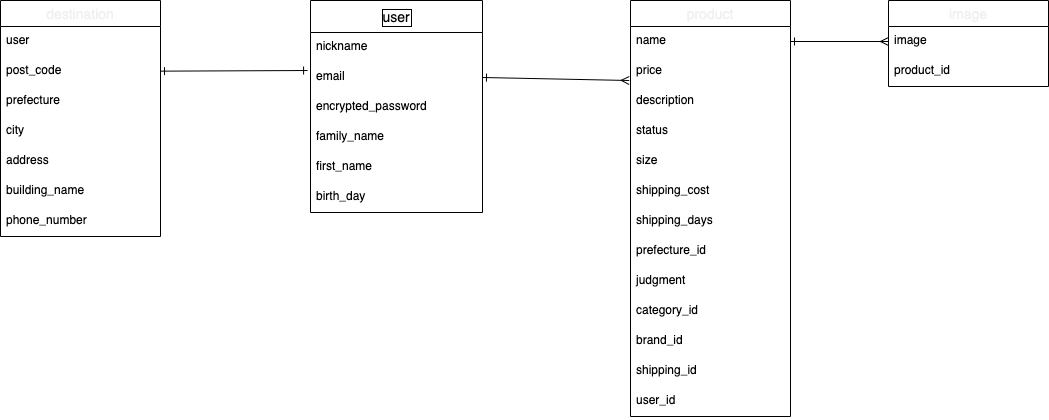
Above: furima.drawio.png in GK9130/furima-37239 (draw.io), before the change. Source tidied: cells renumbered, new cells last; positions are measured from the earlier drawing's top-left corner, leaving out a move shared by most shapes.
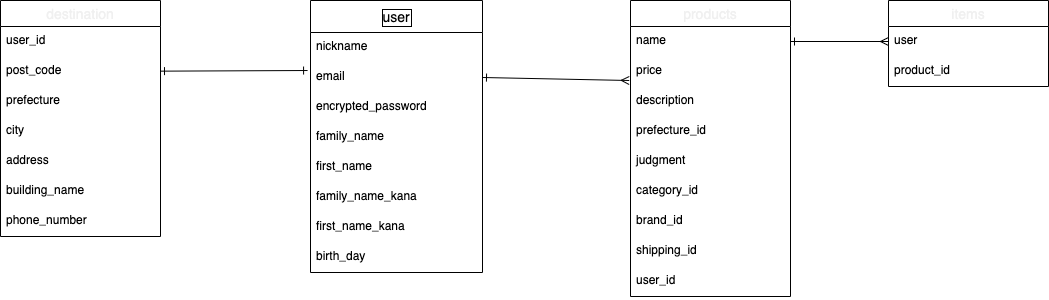
Above is the later version.

Commit message:
ER図・DB設計2

Change to the diagram source:
```diff
@@ -3,7 +3,7 @@
     <mxCell id="0" />
     <mxCell id="1" parent="0" />
     <mxCell id="2" value="user" style="swimlane;fontStyle=0;horizontal=1;startSize=32;align=center;fontSize=14;labelBorderColor=#000000;" parent="1" vertex="1">
-      <mxGeometry x="310" width="172" height="212" as="geometry" />
+      <mxGeometry x="310" width="172" height="272" as="geometry" />
     </mxCell>
     <mxCell id="3" value="nickname" style="text;strokeColor=none;fillColor=none;spacingLeft=4;spacingRight=4;overflow=hidden;fontSize=12;" parent="2" vertex="1">
       <mxGeometry y="32" width="172" height="30" as="geometry" />
@@ -20,13 +20,19 @@
     <mxCell id="7" value="first_name" style="text;strokeColor=none;fillColor=none;spacingLeft=4;spacingRight=4;overflow=hidden;fontSize=12;" parent="2" vertex="1">
       <mxGeometry y="152" width="172" height="30" as="geometry" />
     </mxCell>
+    <mxCell id="37" value="family_name_kana" style="text;strokeColor=none;fillColor=none;spacingLeft=4;spacingRight=4;overflow=hidden;fontSize=12;" parent="2" vertex="1">
+      <mxGeometry y="182" width="172" height="30" as="geometry" />
+    </mxCell>
+    <mxCell id="38" value="first_name_kana" style="text;strokeColor=none;fillColor=none;spacingLeft=4;spacingRight=4;overflow=hidden;fontSize=12;" parent="2" vertex="1">
+      <mxGeometry y="212" width="172" height="30" as="geometry" />
+    </mxCell>
     <mxCell id="8" value="birth_day" style="text;strokeColor=none;fillColor=none;spacingLeft=4;spacingRight=4;overflow=hidden;fontSize=12;" parent="2" vertex="1">
-      <mxGeometry y="182" width="172" height="30" as="geometry" />
+      <mxGeometry y="242" width="172" height="30" as="geometry" />
     </mxCell>
     <mxCell id="9" value="destination" style="swimlane;fontStyle=0;horizontal=1;startSize=26;align=center;fontSize=14;fontColor=#f0f0f0;" parent="1" vertex="1">
       <mxGeometry width="160" height="236" as="geometry" />
     </mxCell>
-    <mxCell id="10" value="user" style="text;strokeColor=none;fillColor=none;spacingLeft=4;spacingRight=4;overflow=hidden;fontSize=12;" parent="9" vertex="1">
+    <mxCell id="10" value="user_id" style="text;strokeColor=none;fillColor=none;spacingLeft=4;spacingRight=4;overflow=hidden;fontSize=12;" parent="9" vertex="1">
       <mxGeometry y="26" width="160" height="30" as="geometry" />
     </mxCell>
     <mxCell id="11" value="post_code" style="text;strokeColor=none;fillColor=none;spacingLeft=4;spacingRight=4;overflow=hidden;fontSize=12;" parent="9" vertex="1">
@@ -47,8 +53,8 @@
     <mxCell id="16" value="phone_number" style="text;strokeColor=none;fillColor=none;spacingLeft=4;spacingRight=4;overflow=hidden;fontSize=12;" parent="9" vertex="1">
       <mxGeometry y="206" width="160" height="30" as="geometry" />
     </mxCell>
-    <mxCell id="17" value="product" style="swimlane;fontStyle=0;horizontal=1;startSize=26;align=center;fontSize=14;fontColor=#f0f0f0;" parent="1" vertex="1">
-      <mxGeometry x="630" width="160" height="416" as="geometry" />
+    <mxCell id="17" value="products" style="swimlane;fontStyle=0;horizontal=1;startSize=26;align=center;fontSize=14;fontColor=#f0f0f0;" parent="1" vertex="1">
+      <mxGeometry x="630" width="160" height="296" as="geometry" />
     </mxCell>
     <mxCell id="18" value="name" style="text;strokeColor=none;fillColor=none;spacingLeft=4;spacingRight=4;overflow=hidden;points=[[0,0.5],[1,0.5]];portConstraint=eastwest;fontSize=12;" parent="17" vertex="1">
       <mxGeometry y="26" width="160" height="30" as="geometry" />
@@ -59,40 +65,28 @@
     <mxCell id="20" value="description" style="text;strokeColor=none;fillColor=none;spacingLeft=4;spacingRight=4;overflow=hidden;fontSize=12;" parent="17" vertex="1">
       <mxGeometry y="86" width="160" height="30" as="geometry" />
     </mxCell>
-    <mxCell id="21" value="status" style="text;strokeColor=none;fillColor=none;spacingLeft=4;spacingRight=4;overflow=hidden;fontSize=12;" parent="17" vertex="1">
-      <mxGeometry y="116" width="160" height="30" as="geometry" />
-    </mxCell>
-    <mxCell id="22" value="size" style="text;strokeColor=none;fillColor=none;spacingLeft=4;spacingRight=4;overflow=hidden;fontSize=12;" parent="17" vertex="1">
-      <mxGeometry y="146" width="160" height="30" as="geometry" />
-    </mxCell>
-    <mxCell id="23" value="shipping_cost" style="text;strokeColor=none;fillColor=none;spacingLeft=4;spacingRight=4;overflow=hidden;fontSize=12;" parent="17" vertex="1">
-      <mxGeometry y="176" width="160" height="30" as="geometry" />
-    </mxCell>
-    <mxCell id="24" value="shipping_days" style="text;strokeColor=none;fillColor=none;spacingLeft=4;spacingRight=4;overflow=hidden;fontSize=12;" parent="17" vertex="1">
-      <mxGeometry y="206" width="160" height="30" as="geometry" />
-    </mxCell>
     <mxCell id="25" value="prefecture_id" style="text;strokeColor=none;fillColor=none;spacingLeft=4;spacingRight=4;overflow=hidden;fontSize=12;" parent="17" vertex="1">
-      <mxGeometry y="236" width="160" height="30" as="geometry" />
+      <mxGeometry y="116" width="160" height="30" as="geometry" />
     </mxCell>
     <mxCell id="26" value="judgment" style="text;strokeColor=none;fillColor=none;spacingLeft=4;spacingRight=4;overflow=hidden;fontSize=12;" parent="17" vertex="1">
-      <mxGeometry y="266" width="160" height="30" as="geometry" />
+      <mxGeometry y="146" width="160" height="30" as="geometry" />
     </mxCell>
     <mxCell id="27" value="category_id" style="text;strokeColor=none;fillColor=none;spacingLeft=4;spacingRight=4;overflow=hidden;fontSize=12;" parent="17" vertex="1">
-      <mxGeometry y="296" width="160" height="30" as="geometry" />
+      <mxGeometry y="176" width="160" height="30" as="geometry" />
     </mxCell>
     <mxCell id="28" value="brand_id" style="text;strokeColor=none;fillColor=none;spacingLeft=4;spacingRight=4;overflow=hidden;fontSize=12;" parent="17" vertex="1">
-      <mxGeometry y="326" width="160" height="30" as="geometry" />
+      <mxGeometry y="206" width="160" height="30" as="geometry" />
     </mxCell>
     <mxCell id="29" value="shipping_id" style="text;strokeColor=none;fillColor=none;spacingLeft=4;spacingRight=4;overflow=hidden;fontSize=12;" parent="17" vertex="1">
-      <mxGeometry y="356" width="160" height="30" as="geometry" />
+      <mxGeometry y="236" width="160" height="30" as="geometry" />
     </mxCell>
     <mxCell id="30" value="user_id" style="text;strokeColor=none;fillColor=none;spacingLeft=4;spacingRight=4;overflow=hidden;fontSize=12;" parent="17" vertex="1">
-      <mxGeometry y="386" width="160" height="30" as="geometry" />
+      <mxGeometry y="266" width="160" height="30" as="geometry" />
     </mxCell>
-    <mxCell id="31" value="image" style="swimlane;fontStyle=0;horizontal=1;startSize=26;align=center;fontSize=14;fontColor=#f0f0f0;" parent="1" vertex="1">
+    <mxCell id="31" value="items" style="swimlane;fontStyle=0;horizontal=1;startSize=26;align=center;fontSize=14;fontColor=#f0f0f0;" parent="1" vertex="1">
       <mxGeometry x="888" width="160" height="86" as="geometry" />
     </mxCell>
-    <mxCell id="32" value="image" style="text;strokeColor=none;fillColor=none;spacingLeft=4;spacingRight=4;overflow=hidden;points=[[0,0.5],[1,0.5]];portConstraint=eastwest;fontSize=12;" parent="31" vertex="1">
+    <mxCell id="32" value="user" style="text;strokeColor=none;fillColor=none;spacingLeft=4;spacingRight=4;overflow=hidden;points=[[0,0.5],[1,0.5]];portConstraint=eastwest;fontSize=12;" parent="31" vertex="1">
       <mxGeometry y="26" width="160" height="30" as="geometry" />
     </mxCell>
     <mxCell id="33" value="product_id" style="text;strokeColor=none;fillColor=none;spacingLeft=4;spacingRight=4;overflow=hidden;fontSize=12;" parent="31" vertex="1">
```
